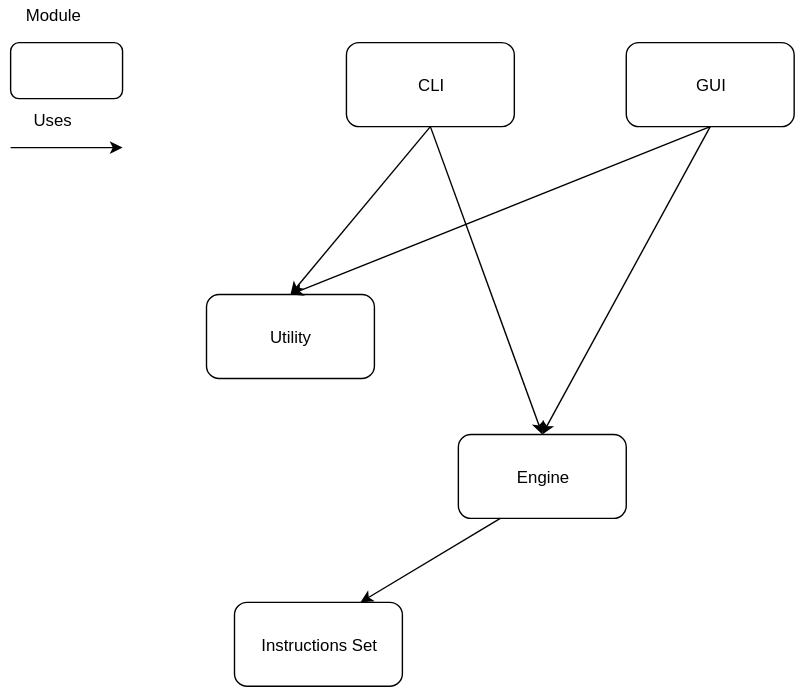
Before: doc/design/resources/interpreter-architecture-modules.svg, a diagram exported from draw.io (pldiiw/1arc). Source tidied: cells renumbered, new cells last; positions are measured from the earlier drawing's top-left corner, leaving out a move shared by most shapes. The source it was exported from:
```xml
<mxGraphModel background="#ffffff">
  <root>
    <mxCell id="0" />
    <mxCell id="1" parent="0" />
    <mxCell id="2" value="GUI" style="rounded=1;whiteSpace=wrap;html=1;" parent="1" vertex="1">
      <mxGeometry x="440" y="30" width="120" height="60" as="geometry" />
    </mxCell>
    <mxCell id="3" value="CLI" style="rounded=1;whiteSpace=wrap;html=1;" parent="1" vertex="1">
      <mxGeometry x="240" y="30" width="120" height="60" as="geometry" />
    </mxCell>
    <mxCell id="4" value="Utility" style="rounded=1;whiteSpace=wrap;html=1;" parent="1" vertex="1">
      <mxGeometry x="140" y="210" width="120" height="60" as="geometry" />
    </mxCell>
    <mxCell id="5" value="Engine" style="rounded=1;whiteSpace=wrap;html=1;" parent="1" vertex="1">
      <mxGeometry x="320" y="310" width="120" height="60" as="geometry" />
    </mxCell>
    <mxCell id="6" value="Instructions Set" style="rounded=1;whiteSpace=wrap;html=1;" parent="1" vertex="1">
      <mxGeometry x="160" y="430" width="120" height="60" as="geometry" />
    </mxCell>
    <mxCell id="7" style="endArrow=classic;html=1;" parent="1" edge="1">
      <mxGeometry relative="1" as="geometry">
        <mxPoint y="105" as="sourcePoint" />
        <mxPoint x="80" y="105" as="targetPoint" />
      </mxGeometry>
    </mxCell>
    <mxCell id="8" value="Uses" style="text;html=1;strokeColor=none;fillColor=none;align=center;verticalAlign=middle;whiteSpace=wrap;" parent="1" vertex="1">
      <mxGeometry x="10" y="75" width="40" height="20" as="geometry" />
    </mxCell>
    <mxCell id="9" style="rounded=1;whiteSpace=wrap;html=1;" parent="1" vertex="1">
      <mxGeometry y="30" width="80" height="40" as="geometry" />
    </mxCell>
    <mxCell id="10" value="Module" style="text;html=1;strokeColor=none;fillColor=none;align=center;verticalAlign=middle;whiteSpace=wrap;" parent="1" vertex="1">
      <mxGeometry x="10" width="40" height="20" as="geometry" />
    </mxCell>
    <mxCell id="11" style="endArrow=classic;html=1;exitX=0.5;exitY=1;entryX=0.5;entryY=0;" parent="1" edge="1" source="3" target="4">
      <mxGeometry relative="1" as="geometry" />
    </mxCell>
    <mxCell id="12" style="endArrow=classic;html=1;entryX=0.5;entryY=0;exitX=0.5;exitY=1;" parent="1" edge="1" source="2" target="4">
      <mxGeometry relative="1" as="geometry" />
    </mxCell>
    <mxCell id="13" style="endArrow=classic;html=1;entryX=0.5;entryY=0;exitX=0.5;exitY=1;" parent="1" edge="1" source="2" target="5">
      <mxGeometry relative="1" as="geometry" />
    </mxCell>
    <mxCell id="14" style="endArrow=classic;html=1;exitX=0.5;exitY=1;" parent="1" edge="1" source="3">
      <mxGeometry relative="1" as="geometry">
        <mxPoint x="380" y="310" as="targetPoint" />
      </mxGeometry>
    </mxCell>
    <mxCell id="15" style="endArrow=classic;html=1;entryX=0.75;entryY=0;exitX=0.25;exitY=1;" parent="1" edge="1" source="5" target="6">
      <mxGeometry relative="1" as="geometry" />
    </mxCell>
    <mxCell id="16" style="edgeStyle=orthogonalEdgeStyle;rounded=0;html=1;exitX=0.5;exitY=0;entryX=0.5;entryY=0;jettySize=auto;orthogonalLoop=1;" parent="1" edge="1" source="6" target="6">
      <mxGeometry relative="1" as="geometry" />
    </mxCell>
  </root>
</mxGraphModel>
```
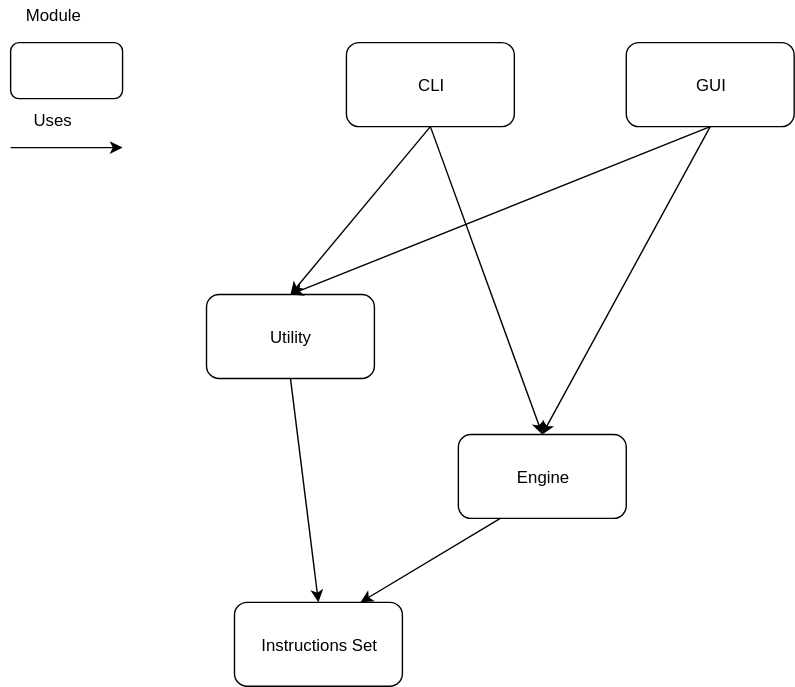
After the change.

Commit message:
Add new relation between modules in interpreter-architecture-modules.svg

Change to the diagram source:
```diff
@@ -52,5 +52,8 @@
     <mxCell id="16" style="edgeStyle=orthogonalEdgeStyle;rounded=0;html=1;exitX=0.5;exitY=0;entryX=0.5;entryY=0;jettySize=auto;orthogonalLoop=1;" parent="1" edge="1" source="6" target="6">
       <mxGeometry relative="1" as="geometry" />
     </mxCell>
+    <mxCell id="17" style="endArrow=classic;html=1;exitX=0.5;exitY=1;entryX=0.5;entryY=0;" parent="1" edge="1" source="4" target="6">
+      <mxGeometry relative="1" as="geometry" />
+    </mxCell>
   </root>
 </mxGraphModel>
```
